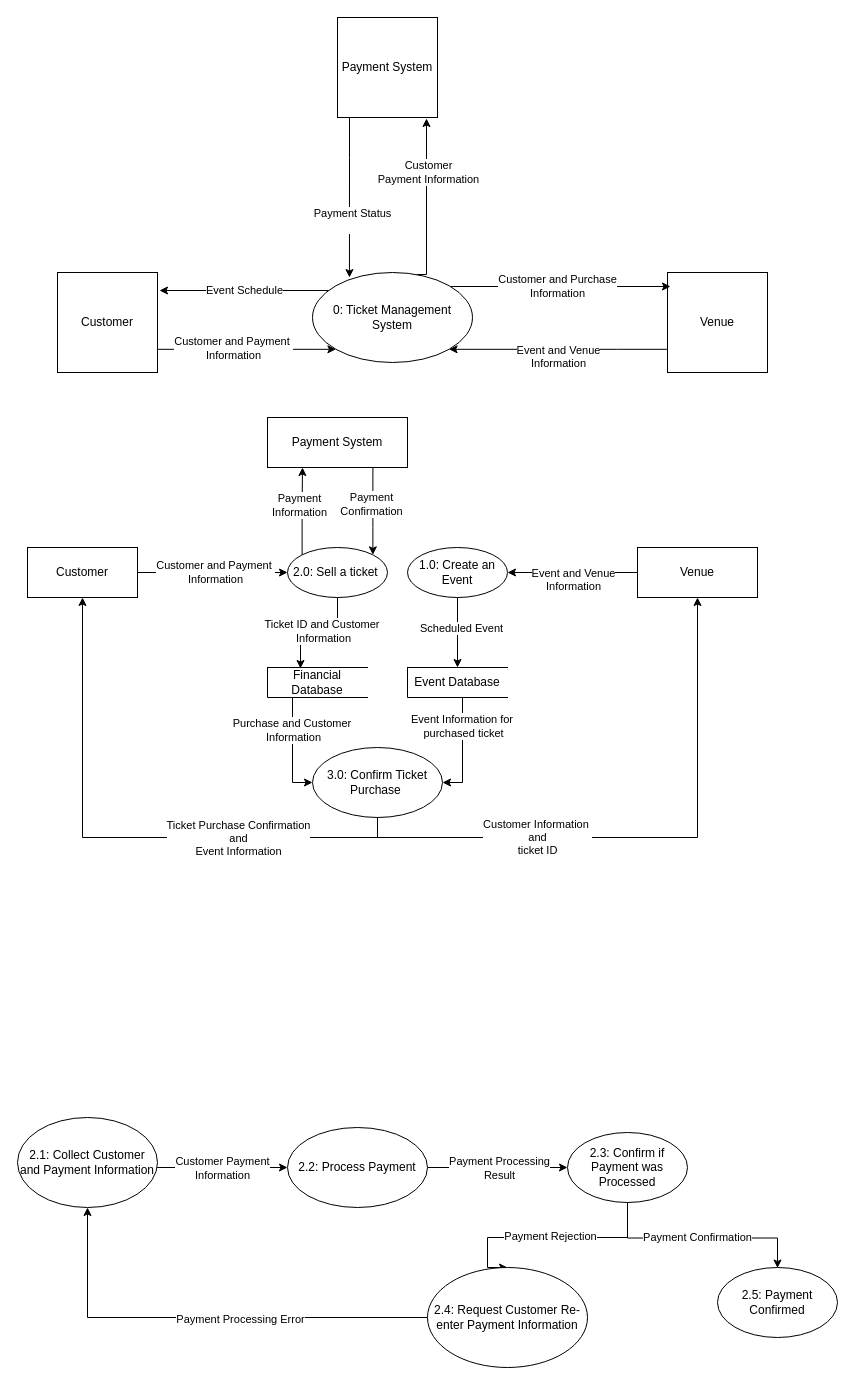
This is ITEC 630 DFD Ticket Mangement System .drawio from SteveWChang/UMGC-ITEC--630-Ticketing-System-Modeling-and-Analysis, a draw.io file, before an edit. Source tidied: cells renumbered, new cells numbered last; positions are measured from the earlier drawing's top-left corner, leaving out a move shared by most shapes. Both pictures are drawn from the tidied source at 100%, with x=0, y=0 at pixel (17, 17).
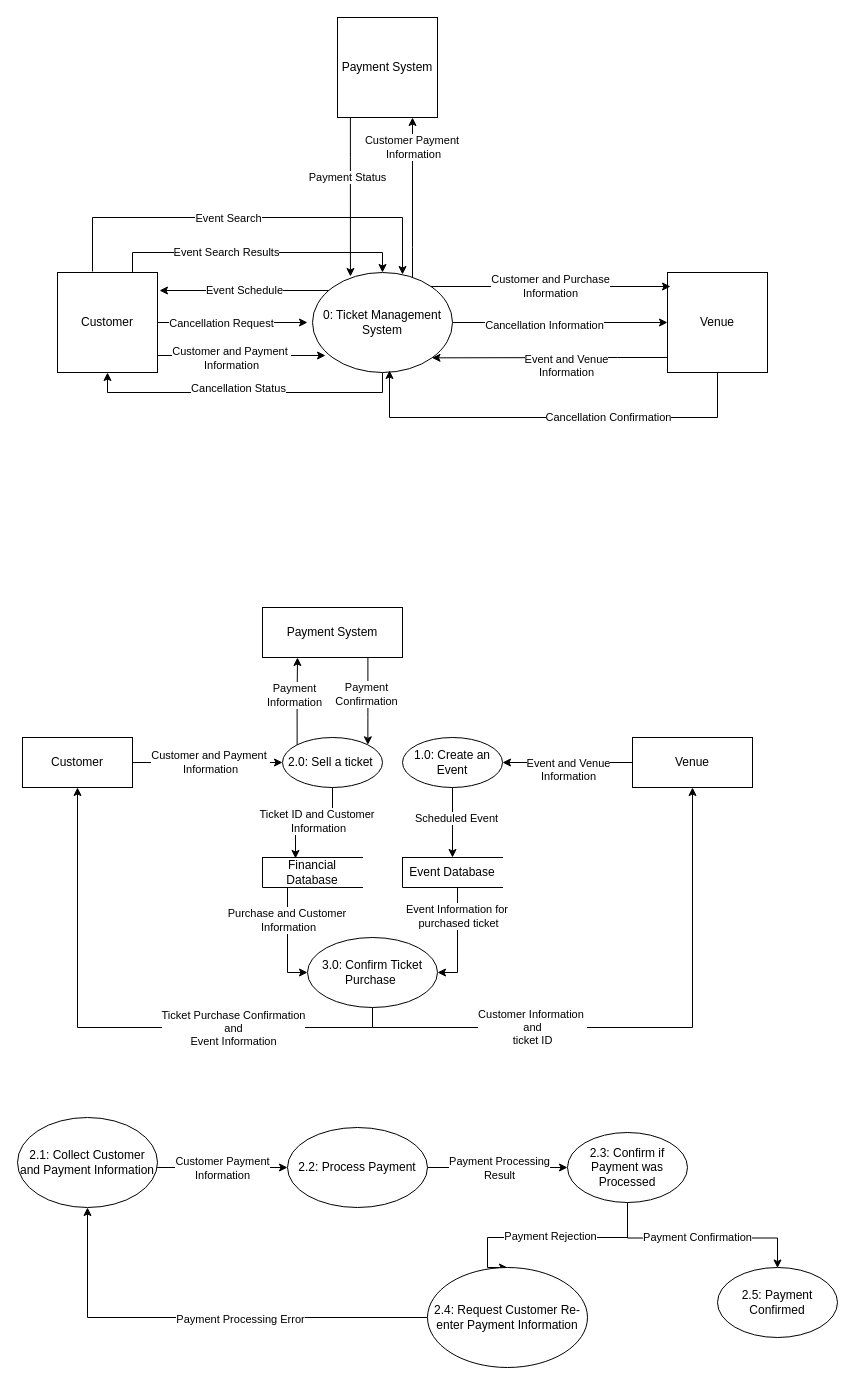
The same page after the edit.

Commit message:
Add additional functionality ITEC 630 DFD Ticket Mangement System .drawio

Unchanged cells that the change refers to:
```xml
<mxCell id="7" value="&lt;div&gt;Customer&lt;/div&gt;" style="html=1;dashed=0;whiteSpace=wrap;" parent="1" vertex="1">
  <mxGeometry x="40" y="255" width="100" height="100" as="geometry" />
</mxCell>
<mxCell id="10" value="&lt;div&gt;Venue&lt;/div&gt;" style="html=1;dashed=0;whiteSpace=wrap;" parent="1" vertex="1">
  <mxGeometry x="650" y="255" width="100" height="100" as="geometry" />
</mxCell>
<mxCell id="11" value="Payment System" style="html=1;dashed=0;whiteSpace=wrap;" parent="1" vertex="1">
  <mxGeometry x="320" width="100" height="100" as="geometry" />
</mxCell>
```

Diff of the diagram source:
```diff
@@
     <mxCell id="4" value="Venue" style="html=1;dashed=0;whiteSpace=wrap;" parent="1" vertex="1">
-      <mxGeometry x="620" y="530" width="120" height="50" as="geometry" />
+      <mxGeometry x="615" y="720" width="120" height="50" as="geometry" />
     </mxCell>
-    <mxCell id="5" style="edgeStyle=orthogonalEdgeStyle;rounded=0;jettySize=auto;html=1;entryX=0;entryY=1;entryDx=0;entryDy=0;" parent="1" edge="1" source="7" target="41">
-      <mxGeometry relative="1" as="geometry">
-        <Array as="points">
-          <mxPoint x="180" y="331.8" />
-          <mxPoint x="180" y="331.8" />
-        </Array>
-      </mxGeometry>
-    </mxCell>
-    <mxCell id="6" value="&lt;div&gt;Customer and Payment&amp;nbsp;&lt;/div&gt;&lt;div&gt;Information&lt;/div&gt;" style="edgeLabel;html=1;align=center;verticalAlign=middle;" parent="5" vertex="1">
-      <mxGeometry x="-0.16" y="1" relative="1" as="geometry" />
-    </mxCell>
+    <mxCell id="61" style="edgeStyle=orthogonalEdgeStyle;rounded=0;jettySize=auto;html=1;" parent="1" edge="1" source="7">
+      <mxGeometry relative="1" as="geometry">
+        <mxPoint x="290" y="305" as="targetPoint" />
+      </mxGeometry>
+    </mxCell>
+    <mxCell id="62" value="Cancellation Request" style="edgeLabel;html=1;align=center;verticalAlign=middle;" parent="61" vertex="1">
+      <mxGeometry x="-0.16" relative="1" as="geometry" />
+    </mxCell>
+    <mxCell id="63" style="edgeStyle=orthogonalEdgeStyle;rounded=0;jettySize=auto;html=1;entryX=0.5;entryY=0;entryDx=0;entryDy=0;exitX=0.75;exitY=0;exitDx=0;exitDy=0;" parent="1" edge="1" source="7" target="41">
+      <mxGeometry x="-0.18" relative="1" as="geometry" />
+    </mxCell>
+    <mxCell id="64" value="Event Search Results" style="edgeLabel;html=1;align=center;verticalAlign=middle;" parent="63" vertex="1">
+      <mxGeometry x="-0.22" y="1" relative="1" as="geometry" />
+    </mxCell>
+    <mxCell id="65" style="edgeStyle=orthogonalEdgeStyle;rounded=0;jettySize=auto;html=1;entryX=0.643;entryY=0.02;entryDx=0;entryDy=0;entryPerimeter=0;exitX=0.35;exitY=-0.01;exitDx=0;exitDy=0;exitPerimeter=0;" parent="1" edge="1" source="7" target="41">
+      <mxGeometry x="-0.65" relative="1" as="geometry">
+        <Array as="points">
+          <mxPoint x="75" y="200" />
+          <mxPoint x="385" y="200" />
+        </Array>
+      </mxGeometry>
+    </mxCell>
+    <mxCell id="66" value="Event Search" style="edgeLabel;html=1;align=center;verticalAlign=middle;" parent="65" vertex="1">
+      <mxGeometry x="0.11" y="-5" relative="1" as="geometry">
+        <mxPoint x="-45" y="-5" as="offset" />
+      </mxGeometry>
+    </mxCell>
@@
-    <mxCell id="8" style="edgeStyle=orthogonalEdgeStyle;rounded=0;jettySize=auto;html=1;entryX=1;entryY=1;entryDx=0;entryDy=0;" parent="1" edge="1" source="10" target="41">
-      <mxGeometry relative="1" as="geometry">
-        <Array as="points">
-          <mxPoint x="600" y="331.8" />
-          <mxPoint x="600" y="331.8" />
-        </Array>
-      </mxGeometry>
-    </mxCell>
+    <mxCell id="67" style="edgeStyle=orthogonalEdgeStyle;rounded=0;jettySize=auto;html=1;entryX=1;entryY=1;entryDx=0;entryDy=0;" parent="1" edge="1" source="10" target="41">
+      <mxGeometry relative="1" as="geometry">
+        <Array as="points">
+          <mxPoint x="600" y="340" />
+          <mxPoint x="600" y="340" />
+        </Array>
+      </mxGeometry>
+    </mxCell>
-    <mxCell id="9" value="&lt;br&gt;&lt;div&gt;Event and Venue&lt;/div&gt;&lt;div&gt;Information&lt;/div&gt;" style="edgeLabel;html=1;align=center;verticalAlign=middle;" parent="8" vertex="1">
-      <mxGeometry x="0.17" y="1" relative="1" as="geometry">
-        <mxPoint x="18" as="offset" />
-      </mxGeometry>
+    <mxCell id="9" value="&lt;br&gt;&lt;div&gt;Event and Venue&lt;/div&gt;&lt;div&gt;Information&lt;/div&gt;" style="edgeLabel;html=1;align=center;verticalAlign=middle;" parent="67" vertex="1">
+      <mxGeometry x="-0.13" y="1" relative="1" as="geometry" />
     </mxCell>
@@
-    <mxCell id="12" style="edgeStyle=orthogonalEdgeStyle;rounded=0;jettySize=auto;html=1;entryX=0.89;entryY=1.01;entryDx=0;entryDy=0;entryPerimeter=0;exitX=0.65;exitY=0.022;exitDx=0;exitDy=0;exitPerimeter=0;" parent="1" edge="1" source="41" target="11">
-      <mxGeometry relative="1" as="geometry">
-        <Array as="points">
-          <mxPoint x="409" y="257" />
-        </Array>
-      </mxGeometry>
-    </mxCell>
-    <mxCell id="13" value="&lt;div&gt;Customer&lt;/div&gt;&lt;div&gt;Payment Information&lt;/div&gt;" style="edgeLabel;html=1;align=center;verticalAlign=middle;" parent="12" vertex="1">
-      <mxGeometry x="0.21" y="1" relative="1" as="geometry">
-        <mxPoint x="2" y="-13" as="offset" />
-      </mxGeometry>
-    </mxCell>
-    <mxCell id="14" style="edgeStyle=orthogonalEdgeStyle;rounded=0;jettySize=auto;html=1;entryX=0.231;entryY=0.056;entryDx=0;entryDy=0;entryPerimeter=0;" parent="1" edge="1" source="11" target="41">
-      <mxGeometry x="-0.01" relative="1" as="geometry">
-        <Array as="points">
-          <mxPoint x="332" y="140" />
-          <mxPoint x="332" y="140" />
-        </Array>
-      </mxGeometry>
-    </mxCell>
-    <mxCell id="15" value="&lt;div&gt;Payment Status&lt;/div&gt;&lt;div&gt;&lt;br&gt;&lt;/div&gt;" style="edgeLabel;html=1;align=center;verticalAlign=middle;" parent="14" vertex="1">
-      <mxGeometry x="-0.14" y="3" relative="1" as="geometry">
-        <mxPoint y="33" as="offset" />
-      </mxGeometry>
-    </mxCell>
@@
     <mxCell id="18" value="1.0: Create an Event" style="shape=ellipse;html=1;dashed=0;whiteSpace=wrap;perimeter=ellipsePerimeter;" parent="1" vertex="1">
-      <mxGeometry x="390" y="530" width="100" height="50" as="geometry" />
+      <mxGeometry x="385" y="720" width="100" height="50" as="geometry" />
     </mxCell>
     <mxCell id="19" style="edgeStyle=orthogonalEdgeStyle;rounded=0;jettySize=auto;html=1;entryX=1;entryY=0.5;entryDx=0;entryDy=0;" parent="1" edge="1" source="21" target="40">
       <mxGeometry x="-0.05" relative="1" as="geometry">
         <Array as="points">
-          <mxPoint x="445" y="765" />
+          <mxPoint x="440" y="955" />
         </Array>
       </mxGeometry>
     </mxCell>
@@
     <mxCell id="21" value="Event Database" style="html=1;dashed=0;whiteSpace=wrap;shape=partialRectangle;right=0;" parent="1" vertex="1">
-      <mxGeometry x="390" y="650" width="100" height="30" as="geometry" />
+      <mxGeometry x="385" y="840" width="100" height="30" as="geometry" />
     </mxCell>
@@
     <mxCell id="24" value="2.0: Sell a ticket&amp;nbsp;" style="shape=ellipse;html=1;dashed=0;whiteSpace=wrap;perimeter=ellipsePerimeter;" parent="1" vertex="1">
-      <mxGeometry x="270" y="530" width="100" height="50" as="geometry" />
+      <mxGeometry x="265" y="720" width="100" height="50" as="geometry" />
     </mxCell>
@@
     <mxCell id="27" value="Customer" style="html=1;dashed=0;whiteSpace=wrap;" parent="1" vertex="1">
-      <mxGeometry x="10" y="530" width="110" height="50" as="geometry" />
+      <mxGeometry x="5" y="720" width="110" height="50" as="geometry" />
     </mxCell>
     <mxCell id="28" style="edgeStyle=orthogonalEdgeStyle;rounded=0;jettySize=auto;html=1;entryX=1;entryY=0;entryDx=0;entryDy=0;" parent="1" edge="1" source="30" target="24">
       <mxGeometry relative="1" as="geometry">
         <Array as="points">
-          <mxPoint x="355.4" y="510" />
-          <mxPoint x="355.4" y="510" />
+          <mxPoint x="350.4" y="700" />
+          <mxPoint x="350.4" y="700" />
         </Array>
       </mxGeometry>
     </mxCell>
@@
     <mxCell id="30" value="Payment System" style="html=1;dashed=0;whiteSpace=wrap;" parent="1" vertex="1">
-      <mxGeometry x="250" y="400" width="140" height="50" as="geometry" />
+      <mxGeometry x="245" y="590" width="140" height="50" as="geometry" />
     </mxCell>
     <mxCell id="31" style="edgeStyle=orthogonalEdgeStyle;rounded=0;jettySize=auto;html=1;entryX=0;entryY=0.5;entryDx=0;entryDy=0;" parent="1" edge="1" source="33" target="40">
       <mxGeometry x="-0.24" relative="1" as="geometry">
         <Array as="points">
-          <mxPoint x="275" y="765" />
+          <mxPoint x="270" y="955" />
         </Array>
       </mxGeometry>
     </mxCell>
@@
     <mxCell id="33" value="Financial Database" style="html=1;dashed=0;whiteSpace=wrap;shape=partialRectangle;right=0;" parent="1" vertex="1">
-      <mxGeometry x="250" y="650" width="100" height="30" as="geometry" />
+      <mxGeometry x="245" y="840" width="100" height="30" as="geometry" />
     </mxCell>
@@
     <mxCell id="40" value="3.0: Confirm Ticket Purchase&amp;nbsp;" style="shape=ellipse;html=1;dashed=0;whiteSpace=wrap;perimeter=ellipsePerimeter;" parent="1" vertex="1">
-      <mxGeometry x="295" y="730" width="130" height="70" as="geometry" />
+      <mxGeometry x="290" y="920" width="130" height="70" as="geometry" />
     </mxCell>
+    <mxCell id="12" style="edgeStyle=orthogonalEdgeStyle;rounded=0;jettySize=auto;html=1;entryX=0.75;entryY=1;entryDx=0;entryDy=0;" parent="1" edge="1" source="41" target="11">
+      <mxGeometry relative="1" as="geometry">
+        <Array as="points">
+          <mxPoint x="395" y="230" />
+          <mxPoint x="395" y="230" />
+        </Array>
+      </mxGeometry>
+    </mxCell>
+    <mxCell id="13" value="&lt;div&gt;Customer Payment&amp;nbsp;&lt;/div&gt;&lt;div&gt;Information&lt;/div&gt;" style="edgeLabel;html=1;align=center;verticalAlign=middle;" parent="12" vertex="1">
+      <mxGeometry x="0.16" y="4" relative="1" as="geometry">
+        <mxPoint x="4" y="-37" as="offset" />
+      </mxGeometry>
+    </mxCell>
+    <mxCell id="68" style="edgeStyle=orthogonalEdgeStyle;rounded=0;jettySize=auto;html=1;entryX=0;entryY=0.5;entryDx=0;entryDy=0;" parent="1" edge="1" source="41" target="10">
+      <mxGeometry relative="1" as="geometry" />
+    </mxCell>
+    <mxCell id="69" value="Cancellation Information" style="edgeLabel;html=1;align=center;verticalAlign=middle;" parent="68" vertex="1">
+      <mxGeometry x="-0.15" y="-2" relative="1" as="geometry" />
+    </mxCell>
+    <mxCell id="70" style="edgeStyle=orthogonalEdgeStyle;rounded=0;jettySize=auto;html=1;entryX=0.5;entryY=1;entryDx=0;entryDy=0;exitX=0.5;exitY=1;exitDx=0;exitDy=0;" parent="1" edge="1" source="41" target="7">
+      <mxGeometry x="-0.12" relative="1" as="geometry" />
+    </mxCell>
+    <mxCell id="71" value="Cancellation Status" style="edgeLabel;html=1;align=center;verticalAlign=middle;" parent="70" vertex="1">
+      <mxGeometry x="-0.32" y="5" relative="1" as="geometry">
+        <mxPoint x="-58" y="-10" as="offset" />
+      </mxGeometry>
+    </mxCell>
     <mxCell id="41" value="0: Ticket Management System" style="shape=ellipse;html=1;dashed=0;whiteSpace=wrap;perimeter=ellipsePerimeter;" parent="1" vertex="1">
-      <mxGeometry x="295" y="255" width="160" height="90" as="geometry" />
+      <mxGeometry x="295" y="255" width="140" height="100" as="geometry" />
     </mxCell>
@@
+    <mxCell id="72" style="edgeStyle=orthogonalEdgeStyle;rounded=0;jettySize=auto;html=1;entryX=0.093;entryY=0.83;entryDx=0;entryDy=0;entryPerimeter=0;" parent="1" edge="1" source="7" target="41">
+      <mxGeometry x="-0.01" relative="1" as="geometry">
+        <Array as="points">
+          <mxPoint x="180" y="338" />
+          <mxPoint x="180" y="338" />
+        </Array>
+      </mxGeometry>
+    </mxCell>
+    <mxCell id="6" value="&lt;div&gt;Customer and Payment&amp;nbsp;&lt;/div&gt;&lt;div&gt;Information&lt;/div&gt;" style="edgeLabel;html=1;align=center;verticalAlign=middle;" parent="72" vertex="1">
+      <mxGeometry x="-0.13" y="-2" relative="1" as="geometry" />
+    </mxCell>
+    <mxCell id="14" style="edgeStyle=orthogonalEdgeStyle;rounded=0;jettySize=auto;html=1;entryX=0.271;entryY=0.04;entryDx=0;entryDy=0;entryPerimeter=0;" parent="1" edge="1" source="11" target="41">
+      <mxGeometry x="-0.02" relative="1" as="geometry">
+        <Array as="points">
+          <mxPoint x="332.9" y="140" />
+          <mxPoint x="332.9" y="140" />
+        </Array>
+      </mxGeometry>
+    </mxCell>
+    <mxCell id="15" value="&lt;div&gt;Payment Status&lt;/div&gt;" style="edgeLabel;html=1;align=center;verticalAlign=middle;" parent="14" vertex="1">
+      <mxGeometry x="0.18" relative="1" as="geometry">
+        <mxPoint x="-3" y="-34" as="offset" />
+      </mxGeometry>
+    </mxCell>
+    <mxCell id="73" style="edgeStyle=orthogonalEdgeStyle;rounded=0;jettySize=auto;html=1;entryX=0.55;entryY=0.98;entryDx=0;entryDy=0;entryPerimeter=0;" parent="1" edge="1" source="10" target="41">
+      <mxGeometry x="0.22" relative="1" as="geometry">
+        <Array as="points">
+          <mxPoint x="700" y="400" />
+          <mxPoint x="372" y="400" />
+        </Array>
+      </mxGeometry>
+    </mxCell>
+    <mxCell id="74" value="Cancellation Confirmation" style="edgeLabel;html=1;align=center;verticalAlign=middle;" parent="73" vertex="1">
+      <mxGeometry x="-0.26" y="-1" relative="1" as="geometry" />
+    </mxCell>
```
